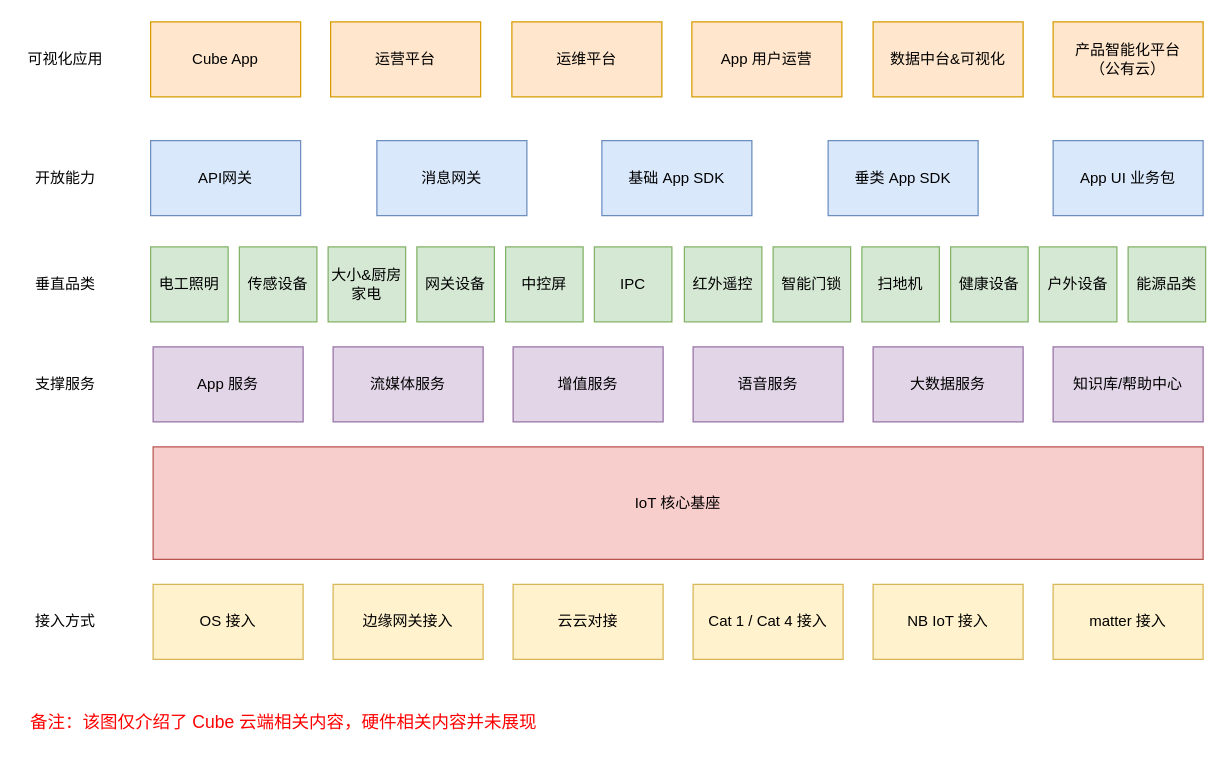
This is Cube2.0.drawio from Sidamor/drawio, a draw.io file, before an edit. Source tidied: cells renumbered, new cells numbered last; positions are measured from the earlier drawing's top-left corner, leaving out a move shared by most shapes. Both pictures are drawn from the tidied source at 125%, with x=0, y=0 at pixel (21, 21).
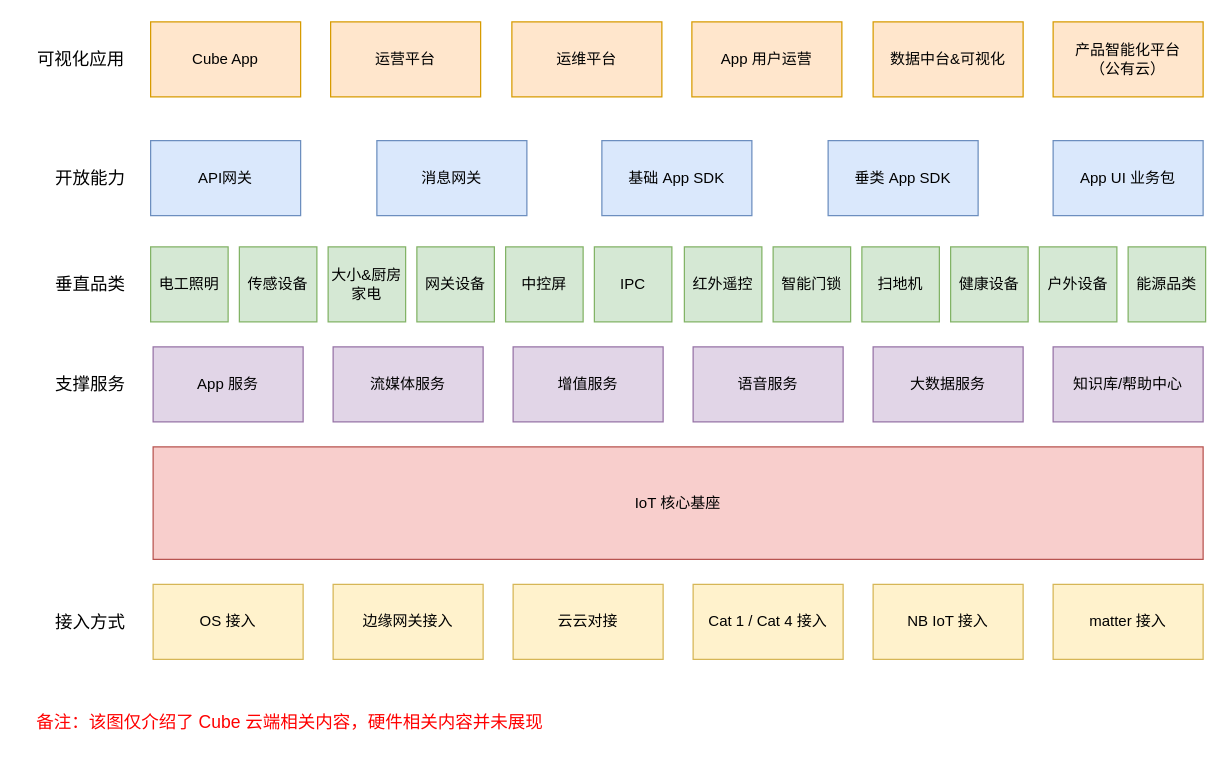
After the change.

Change to the diagram source:
```diff
@@
-    <mxCell id="27" value="接入方式" style="text;strokeColor=none;align=center;fillColor=none;html=1;verticalAlign=middle;whiteSpace=wrap;rounded=0;" parent="1" vertex="1">
-      <mxGeometry x="5" y="465" width="60" height="30" as="geometry" />
+    <mxCell id="27" value="接入方式" style="text;strokeColor=none;align=center;fillColor=none;html=1;verticalAlign=middle;whiteSpace=wrap;rounded=0;fontSize=14;" parent="1" vertex="1">
+      <mxGeometry x="25" y="465" width="60" height="30" as="geometry" />
     </mxCell>
-    <mxCell id="28" value="支撑服务" style="text;strokeColor=none;align=center;fillColor=none;html=1;verticalAlign=middle;whiteSpace=wrap;rounded=0;" parent="1" vertex="1">
-      <mxGeometry x="5" y="275" width="60" height="30" as="geometry" />
+    <mxCell id="28" value="支撑服务" style="text;strokeColor=none;align=center;fillColor=none;html=1;verticalAlign=middle;whiteSpace=wrap;rounded=0;fontSize=14;" parent="1" vertex="1">
+      <mxGeometry x="25" y="275" width="60" height="30" as="geometry" />
     </mxCell>
-    <mxCell id="29" value="垂直品类" style="text;strokeColor=none;align=center;fillColor=none;html=1;verticalAlign=middle;whiteSpace=wrap;rounded=0;" parent="1" vertex="1">
-      <mxGeometry x="5" y="195" width="60" height="30" as="geometry" />
+    <mxCell id="29" value="垂直品类" style="text;strokeColor=none;align=center;fillColor=none;html=1;verticalAlign=middle;whiteSpace=wrap;rounded=0;fontSize=14;" parent="1" vertex="1">
+      <mxGeometry x="25" y="195" width="60" height="30" as="geometry" />
     </mxCell>
     <mxCell id="30" value="备注：该图仅介绍了 Cube 云端相关内容，硬件相关内容并未展现" style="text;strokeColor=none;align=left;fillColor=none;html=1;verticalAlign=middle;whiteSpace=wrap;rounded=0;fontColor=#FF0000;fontSize=14;" parent="1" vertex="1">
-      <mxGeometry x="5" y="545" width="870" height="30" as="geometry" />
+      <mxGeometry x="10" y="545" width="870" height="30" as="geometry" />
     </mxCell>
-    <mxCell id="31" value="开放能力" style="text;strokeColor=none;align=center;fillColor=none;html=1;verticalAlign=middle;whiteSpace=wrap;rounded=0;" parent="1" vertex="1">
-      <mxGeometry x="5" y="110" width="60" height="30" as="geometry" />
+    <mxCell id="31" value="开放能力" style="text;strokeColor=none;align=center;fillColor=none;html=1;verticalAlign=middle;whiteSpace=wrap;rounded=0;fontSize=14;" parent="1" vertex="1">
+      <mxGeometry x="25" y="110" width="60" height="30" as="geometry" />
     </mxCell>
-    <mxCell id="32" value="可视化应用" style="text;strokeColor=none;align=center;fillColor=none;html=1;verticalAlign=middle;whiteSpace=wrap;rounded=0;" parent="1" vertex="1">
-      <mxGeometry y="15" width="70" height="30" as="geometry" />
+    <mxCell id="32" value="可视化应用" style="text;strokeColor=none;align=center;fillColor=none;html=1;verticalAlign=middle;whiteSpace=wrap;rounded=0;fontSize=14;" parent="1" vertex="1">
+      <mxGeometry x="10" y="15" width="75" height="30" as="geometry" />
     </mxCell>
```
